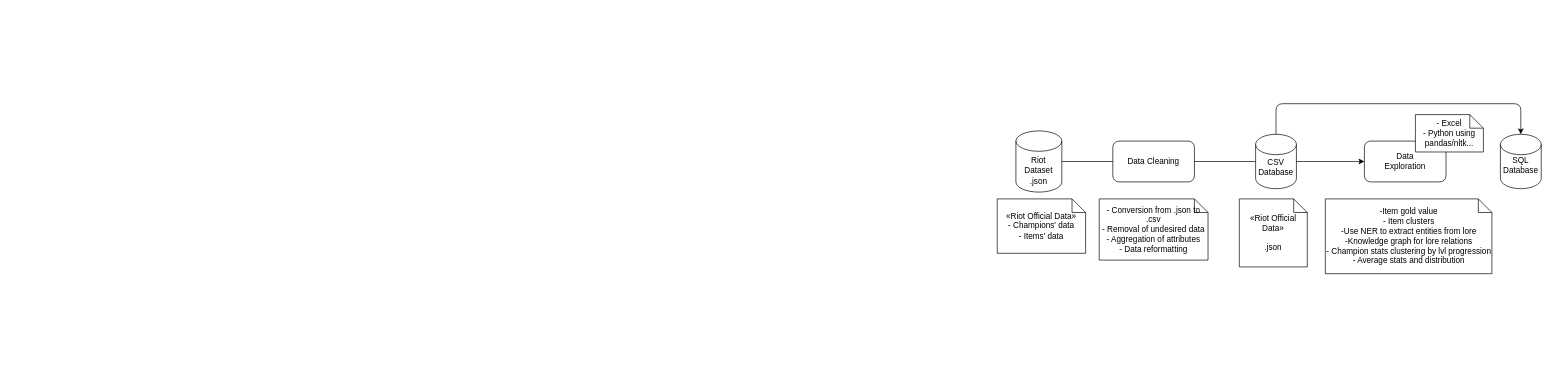
Above: docs/Pipeline.drawio in MiNeves00/PRI2021 (draw.io), before the change. Source tidied: cells renumbered, new cells numbered last; positions are measured from the earlier drawing's top-left corner, leaving out a move shared by most shapes. Both pictures are drawn from the tidied source at 68%, with x=0, y=0 at pixel (997, 103).
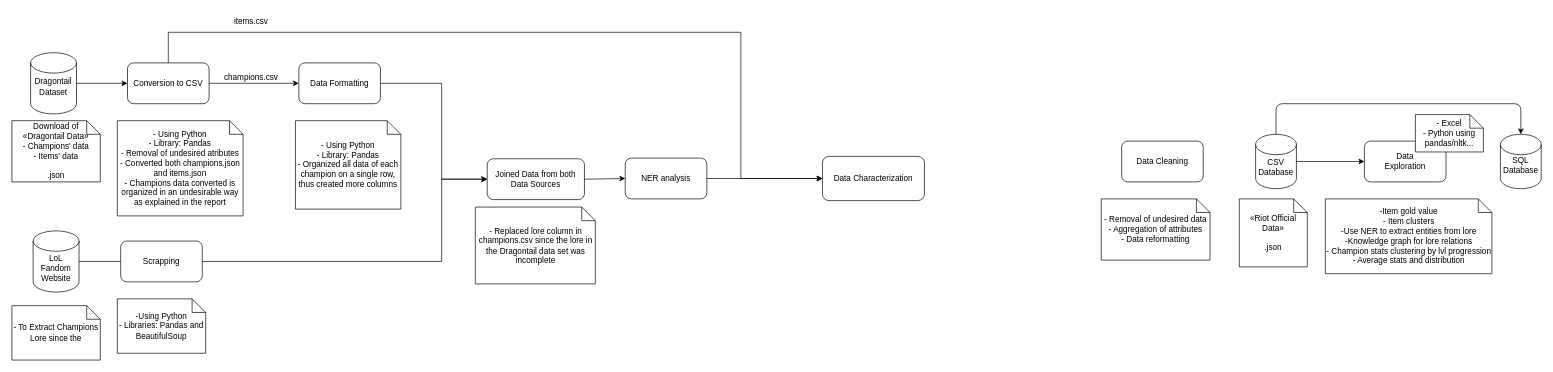
Above is the later version.

Change to the diagram source:
```diff
@@
     <mxCell id="2" value="Data Cleaning" style="rounded=1;whiteSpace=wrap;html=1;" parent="1" vertex="1">
-      <mxGeometry x="170" y="55" width="120" height="60" as="geometry" />
+      <mxGeometry x="183" y="55" width="120" height="60" as="geometry" />
     </mxCell>
     <mxCell id="3" style="shape=cylinder3;whiteSpace=wrap;html=1;boundedLbl=1;backgroundOutline=1;size=15;" parent="1" vertex="1">
-      <mxGeometry x="27.5" y="40" width="67.5" height="90" as="geometry" />
+      <mxGeometry x="-1421.5" y="-75" width="67.5" height="90" as="geometry" />
     </mxCell>
-    <mxCell id="4" value="Riot Dataset" style="text;html=1;strokeColor=none;fillColor=none;align=center;verticalAlign=middle;whiteSpace=wrap;rounded=0;" parent="1" vertex="1">
-      <mxGeometry x="41.2" y="80" width="40" height="20" as="geometry" />
+    <mxCell id="4" value="Dragontail Dataset" style="text;html=1;strokeColor=none;fillColor=none;align=center;verticalAlign=middle;whiteSpace=wrap;rounded=0;" parent="1" vertex="1">
+      <mxGeometry x="-1407.8" y="-35" width="40" height="20" as="geometry" />
     </mxCell>
-    <mxCell id="5" style="endArrow=none;html=1;entryX=1;entryY=0.5;entryDx=0;entryDy=0;entryPerimeter=0;" parent="1" edge="1" target="3">
-      <mxGeometry relative="1" as="geometry">
-        <mxPoint x="170" y="85" as="sourcePoint" />
-      </mxGeometry>
-    </mxCell>
-    <mxCell id="6" style="endArrow=none;html=1;exitX=1;exitY=0.5;exitDx=0;exitDy=0;" parent="1" edge="1" source="2">
-      <mxGeometry relative="1" as="geometry">
-        <mxPoint x="380" y="85" as="targetPoint" />
-      </mxGeometry>
-    </mxCell>
@@
-    <mxCell id="15" value="«Riot Official Data»&lt;br&gt;- Champions' data&lt;br&gt;- Items' data" style="shape=note;size=20;whiteSpace=wrap;html=1;" parent="1" vertex="1">
-      <mxGeometry y="140" width="130" height="80" as="geometry" />
+    <mxCell id="15" value="Download of «Dragontail Data»&lt;br&gt;- Champions' data&lt;br&gt;&lt;div&gt;- Items' data&lt;/div&gt;&lt;div&gt;&lt;br&gt;&lt;/div&gt;&lt;div&gt;.json&lt;br&gt;&lt;/div&gt;" style="shape=note;size=20;whiteSpace=wrap;html=1;" parent="1" vertex="1">
+      <mxGeometry x="-1449" y="25" width="130" height="90" as="geometry" />
     </mxCell>
-    <mxCell id="16" value="- Conversion from .json to .csv&lt;br&gt;- Removal of undesired data&lt;br&gt;- Aggregation of attributes&lt;br&gt;- Data reformatting" style="shape=note;size=20;whiteSpace=wrap;html=1;" parent="1" vertex="1">
-      <mxGeometry x="150" y="140" width="160" height="90" as="geometry" />
+    <mxCell id="16" value="- Removal of undesired data&lt;br&gt;- Aggregation of attributes&lt;br&gt;- Data reformatting" style="shape=note;size=20;whiteSpace=wrap;html=1;" parent="1" vertex="1">
+      <mxGeometry x="153" y="140" width="160" height="90" as="geometry" />
     </mxCell>
@@
-    <mxCell id="19" value=".json" style="text;html=1;strokeColor=none;fillColor=none;align=center;verticalAlign=middle;whiteSpace=wrap;rounded=0;" parent="1" vertex="1">
-      <mxGeometry x="41.2" y="105" width="40" height="20" as="geometry" />
-    </mxCell>
@@
+    <mxCell id="21" style="shape=cylinder3;whiteSpace=wrap;html=1;boundedLbl=1;backgroundOutline=1;size=15;" parent="1" vertex="1">
+      <mxGeometry x="-1417.8" y="187" width="67.5" height="90" as="geometry" />
+    </mxCell>
+    <mxCell id="22" value="&lt;div&gt;LoL Fandom Website&lt;/div&gt;" style="text;html=1;strokeColor=none;fillColor=none;align=center;verticalAlign=middle;whiteSpace=wrap;rounded=0;" parent="1" vertex="1">
+      <mxGeometry x="-1404" y="232" width="40" height="20" as="geometry" />
+    </mxCell>
+    <mxCell id="23" value="Scrapping" style="rounded=1;whiteSpace=wrap;html=1;" parent="1" vertex="1">
+      <mxGeometry x="-1289" y="202" width="120" height="60" as="geometry" />
+    </mxCell>
+    <mxCell id="24" style="endArrow=none;html=1;rounded=0;exitX=1;exitY=0.5;exitDx=0;exitDy=0;exitPerimeter=0;entryX=0;entryY=0.5;entryDx=0;entryDy=0;" parent="1" edge="1" source="21" target="23">
+      <mxGeometry relative="1" as="geometry" />
+    </mxCell>
+    <mxCell id="25" value="&lt;div&gt;-Using Python&lt;/div&gt;&lt;div&gt;- Libraries: Pandas and BeautifulSoup&lt;br&gt;&lt;/div&gt;" style="shape=note;size=20;whiteSpace=wrap;html=1;" parent="1" vertex="1">
+      <mxGeometry x="-1294" y="287" width="130" height="80" as="geometry" />
+    </mxCell>
+    <mxCell id="26" value="- To Extract Champions Lore since the " style="shape=note;size=20;whiteSpace=wrap;html=1;" parent="1" vertex="1">
+      <mxGeometry x="-1449" y="297" width="130" height="80" as="geometry" />
+    </mxCell>
+    <mxCell id="27" value="Conversion to CSV" style="rounded=1;whiteSpace=wrap;html=1;" parent="1" vertex="1">
+      <mxGeometry x="-1279" y="-60" width="120" height="60" as="geometry" />
+    </mxCell>
+    <mxCell id="28" value="&lt;div&gt;- Using Python&lt;/div&gt;&lt;div&gt;- Library: Pandas&lt;/div&gt;&lt;div&gt;- Removal of undesired atributes&lt;/div&gt;&lt;div&gt;- Converted both champions.json and items.json&lt;br&gt;&lt;/div&gt;&lt;div&gt;- Champions data converted is organized in an undesirable way as explained in the report&lt;br&gt;&lt;/div&gt;" style="shape=note;size=20;whiteSpace=wrap;html=1;" parent="1" vertex="1">
+      <mxGeometry x="-1294" y="25" width="185" height="140" as="geometry" />
+    </mxCell>
+    <mxCell id="29" value="Data Formatting" style="rounded=1;whiteSpace=wrap;html=1;" parent="1" vertex="1">
+      <mxGeometry x="-1027" y="-60" width="120" height="60" as="geometry" />
+    </mxCell>
+    <mxCell id="30" style="endArrow=classic;html=1;rounded=0;exitX=1;exitY=0.5;exitDx=0;exitDy=0;exitPerimeter=0;entryX=0;entryY=0.5;entryDx=0;entryDy=0;" parent="1" edge="1" source="3" target="27">
+      <mxGeometry relative="1" as="geometry" />
+    </mxCell>
+    <mxCell id="31" style="endArrow=classic;html=1;rounded=0;exitX=1;exitY=0.5;exitDx=0;exitDy=0;entryX=0;entryY=0.5;entryDx=0;entryDy=0;" parent="1" edge="1" source="27" target="29">
+      <mxGeometry relative="1" as="geometry" />
+    </mxCell>
+    <mxCell id="32" value="&lt;div&gt;- Using Python&lt;/div&gt;&lt;div&gt;- Library: Pandas&lt;br&gt;&lt;/div&gt;&lt;div&gt;- Organized all data of each champion on a single row, thus created more columns&lt;br&gt;&lt;/div&gt;" style="shape=note;size=20;whiteSpace=wrap;html=1;" parent="1" vertex="1">
+      <mxGeometry x="-1032" y="25" width="155" height="130" as="geometry" />
+    </mxCell>
+    <mxCell id="33" value="&lt;div&gt;Joined Data from both Data Sources&lt;/div&gt;" style="rounded=1;whiteSpace=wrap;html=1;" parent="1" vertex="1">
+      <mxGeometry x="-750" y="81" width="143" height="60" as="geometry" />
+    </mxCell>
+    <mxCell id="34" style="endArrow=classic;html=1;rounded=0;exitX=1;exitY=0.5;exitDx=0;exitDy=0;entryX=0;entryY=0.5;entryDx=0;entryDy=0;" parent="1" edge="1" source="29" target="33">
+      <mxGeometry relative="1" as="geometry">
+        <Array as="points">
+          <mxPoint x="-817" y="-30" />
+          <mxPoint x="-817" y="111" />
+        </Array>
+      </mxGeometry>
+    </mxCell>
+    <mxCell id="35" style="endArrow=classic;html=1;rounded=0;exitX=1;exitY=0.5;exitDx=0;exitDy=0;entryX=0;entryY=0.5;entryDx=0;entryDy=0;" parent="1" edge="1" source="23" target="33">
+      <mxGeometry relative="1" as="geometry">
+        <Array as="points">
+          <mxPoint x="-817" y="232" />
+          <mxPoint x="-817" y="111" />
+        </Array>
+      </mxGeometry>
+    </mxCell>
+    <mxCell id="36" value="- Replaced lore column in champions.csv since the lore in the Dragontail data set was incomplete" style="shape=note;size=20;whiteSpace=wrap;html=1;" parent="1" vertex="1">
+      <mxGeometry x="-767.5" y="152" width="176.5" height="113" as="geometry" />
+    </mxCell>
+    <mxCell id="37" value="champions.csv" style="text;html=1;strokeColor=none;fillColor=none;align=center;verticalAlign=middle;whiteSpace=wrap;rounded=0;" parent="1" vertex="1">
+      <mxGeometry x="-1127" y="-54" width="60" height="30" as="geometry" />
+    </mxCell>
+    <mxCell id="38" style="endArrow=classic;html=1;rounded=0;exitX=0.5;exitY=0;exitDx=0;exitDy=0;entryX=0;entryY=0.5;entryDx=0;entryDy=0;" parent="1" edge="1" source="27" target="39">
+      <mxGeometry relative="1" as="geometry">
+        <Array as="points">
+          <mxPoint x="-1219" y="-105" />
+          <mxPoint x="-377" y="-105" />
+          <mxPoint x="-377" y="110" />
+        </Array>
+      </mxGeometry>
+    </mxCell>
+    <mxCell id="39" value="Data Characterization" style="rounded=1;whiteSpace=wrap;html=1;" parent="1" vertex="1">
+      <mxGeometry x="-257" y="77.5" width="150" height="65" as="geometry" />
+    </mxCell>
+    <mxCell id="40" value="NER analysis" style="rounded=1;whiteSpace=wrap;html=1;" parent="1" vertex="1">
+      <mxGeometry x="-547" y="80" width="120" height="60" as="geometry" />
+    </mxCell>
+    <mxCell id="41" style="endArrow=classic;html=1;rounded=0;exitX=1;exitY=0.5;exitDx=0;exitDy=0;entryX=0;entryY=0.5;entryDx=0;entryDy=0;" parent="1" edge="1" source="33" target="40">
+      <mxGeometry relative="1" as="geometry" />
+    </mxCell>
+    <mxCell id="42" style="endArrow=classic;html=1;rounded=0;exitX=1;exitY=0.5;exitDx=0;exitDy=0;entryX=0;entryY=0.5;entryDx=0;entryDy=0;" parent="1" edge="1" source="40" target="39">
+      <mxGeometry relative="1" as="geometry" />
+    </mxCell>
+    <mxCell id="43" value="&lt;div&gt;items.csv&lt;/div&gt;" style="text;html=1;strokeColor=none;fillColor=none;align=center;verticalAlign=middle;whiteSpace=wrap;rounded=0;" parent="1" vertex="1">
+      <mxGeometry x="-1127" y="-135" width="60" height="30" as="geometry" />
+    </mxCell>
```
